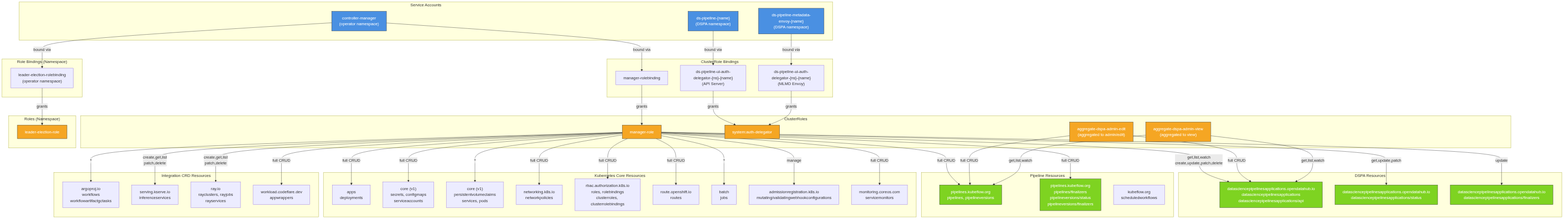
The Mermaid diagram architecture/rhoai-3.4-ea.2/diagrams/data-science-pipelines-operator-rbac.png in rhuss/architecture-context, before a commit. Its source is kept beside it as architecture/rhoai-3.4-ea.2/diagrams/data-science-pipelines-operator-rbac.mmd. Its diagram source:
```mermaid

graph TD
    subgraph ServiceAccounts["Service Accounts"]
        SA_CM["controller-manager<br/>(operator namespace)"]
        SA_DSP["ds-pipeline-{name}<br/>(DSPA namespace)"]
        SA_Envoy["ds-pipeline-metadata-envoy-{name}<br/>(DSPA namespace)"]
    end

    subgraph ClusterRoleBindings["ClusterRole Bindings"]
        CRB_MGR["manager-rolebinding"]
        CRB_AUTH1["ds-pipeline-ui-auth-delegator-{ns}-{name}<br/>(API Server)"]
        CRB_AUTH2["ds-pipeline-ui-auth-delegator-{ns}-{name}<br/>(MLMD Envoy)"]
    end

    subgraph RoleBindings["Role Bindings (Namespace)"]
        RB_LEADER["leader-election-rolebinding<br/>(operator namespace)"]
    end

    subgraph ClusterRoles["ClusterRoles"]
        CR_MGR["manager-role"]
        CR_AUTH["system:auth-delegator"]
        CR_EDIT["aggregate-dspa-admin-edit<br/>(aggregated to admin/edit)"]
        CR_VIEW["aggregate-dspa-admin-view<br/>(aggregated to view)"]
    end

    subgraph Roles["Roles (Namespace)"]
        R_LEADER["leader-election-role"]
    end

    subgraph DSPAResources["DSPA Resources"]
        DSPA["datasciencepipelinesapplications.opendatahub.io<br/>datasciencepipelinesapplications<br/>datasciencepipelinesapplications/api"]
        DSPA_STATUS["datasciencepipelinesapplications.opendatahub.io<br/>datasciencepipelinesapplications/status"]
        DSPA_FIN["datasciencepipelinesapplications.opendatahub.io<br/>datasciencepipelinesapplications/finalizers"]
    end

    subgraph PipelineResources["Pipeline Resources"]
        KFP["pipelines.kubeflow.org<br/>pipelines, pipelineversions"]
        KFP_FIN["pipelines.kubeflow.org<br/>pipelines/finalizers<br/>pipelineversions/status<br/>pipelineversions/finalizers"]
        SCHED["kubeflow.org<br/>scheduledworkflows"]
    end

    subgraph K8sResources["Kubernetes Core Resources"]
        Apps["apps<br/>deployments"]
        Core["core (v1)<br/>secrets, configmaps<br/>serviceaccounts"]
        CoreAll["core (v1)<br/>persistentvolumeclaims<br/>services, pods"]
        NetPol["networking.k8s.io<br/>networkpolicies"]
        RBAC_Res["rbac.authorization.k8s.io<br/>roles, rolebindings<br/>clusterroles, clusterrolebindings"]
        Routes["route.openshift.io<br/>routes"]
        Batch["batch<br/>jobs"]
        Webhooks["admissionregistration.k8s.io<br/>mutating/validatingwebhookconfigurations"]
        SvcMon["monitoring.coreos.com<br/>servicemonitors"]
    end

    subgraph IntegrationResources["Integration CRD Resources"]
        Argo["argoproj.io<br/>workflows<br/>workflowartifactgctasks"]
        KServe["serving.kserve.io<br/>inferenceservices"]
        RayRes["ray.io<br/>rayclusters, rayjobs<br/>rayservices"]
        AppWrap["workload.codeflare.dev<br/>appwrappers"]
    end

    SA_CM -->|"bound via"| CRB_MGR
    SA_CM -->|"bound via"| RB_LEADER
    SA_DSP -->|"bound via"| CRB_AUTH1
    SA_Envoy -->|"bound via"| CRB_AUTH2

    CRB_MGR -->|"grants"| CR_MGR
    CRB_AUTH1 -->|"grants"| CR_AUTH
    CRB_AUTH2 -->|"grants"| CR_AUTH
    RB_LEADER -->|"grants"| R_LEADER

    CR_MGR -->|"get,list,watch<br/>create,update,patch,delete"| DSPA
    CR_MGR -->|"get,update,patch"| DSPA_STATUS
    CR_MGR -->|"update"| DSPA_FIN
    CR_MGR -->|"full CRUD"| Apps
    CR_MGR -->|"full CRUD"| Core
    CR_MGR -->|"*"| CoreAll
    CR_MGR -->|"full CRUD"| Routes
    CR_MGR -->|"full CRUD"| NetPol
    CR_MGR -->|"full CRUD"| RBAC_Res
    CR_MGR -->|"*"| Argo
    CR_MGR -->|"*"| Batch
    CR_MGR -->|"full CRUD"| KFP
    CR_MGR -->|"full CRUD"| KFP_FIN
    CR_MGR -->|"create,get,list<br/>patch,delete"| KServe
    CR_MGR -->|"create,get,list<br/>patch,delete"| RayRes
    CR_MGR -->|"full CRUD"| SvcMon
    CR_MGR -->|"manage"| Webhooks
    CR_MGR -->|"full CRUD"| AppWrap

    CR_EDIT -->|"full CRUD"| DSPA
    CR_EDIT -->|"full CRUD"| KFP
    CR_VIEW -->|"get,list,watch"| DSPA
    CR_VIEW -->|"get,list,watch"| KFP

    style SA_CM fill:#4a90e2,stroke:#333,color:#fff
    style SA_DSP fill:#4a90e2,stroke:#333,color:#fff
    style SA_Envoy fill:#4a90e2,stroke:#333,color:#fff
    style CR_MGR fill:#f5a623,stroke:#333,color:#fff
    style CR_AUTH fill:#f5a623,stroke:#333,color:#fff
    style CR_EDIT fill:#f5a623,stroke:#333,color:#fff
    style CR_VIEW fill:#f5a623,stroke:#333,color:#fff
    style R_LEADER fill:#f5a623,stroke:#333,color:#fff
    style DSPA fill:#7ed321,stroke:#333,color:#fff
    style DSPA_STATUS fill:#7ed321,stroke:#333,color:#fff
    style DSPA_FIN fill:#7ed321,stroke:#333,color:#fff
    style KFP fill:#7ed321,stroke:#333,color:#fff
    style KFP_FIN fill:#7ed321,stroke:#333,color:#fff
```
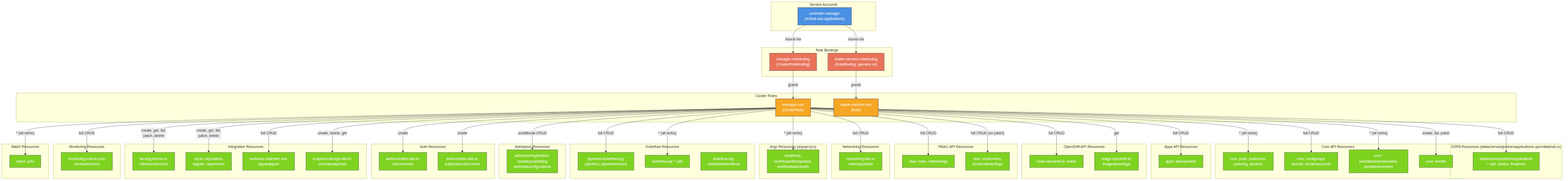
Above is the later version.

Diff of the diagram source:
```diff
@@ -1,107 +1,137 @@
 
 graph TD
     subgraph ServiceAccounts["Service Accounts"]
-        SA_CM["controller-manager<br/>(operator namespace)"]
-        SA_DSP["ds-pipeline-{name}<br/>(DSPA namespace)"]
-        SA_Envoy["ds-pipeline-metadata-envoy-{name}<br/>(DSPA namespace)"]
+        SA["controller-manager<br/>(redhat-ods-applications)"]
     end
 
-    subgraph ClusterRoleBindings["ClusterRole Bindings"]
-        CRB_MGR["manager-rolebinding"]
-        CRB_AUTH1["ds-pipeline-ui-auth-delegator-{ns}-{name}<br/>(API Server)"]
-        CRB_AUTH2["ds-pipeline-ui-auth-delegator-{ns}-{name}<br/>(MLMD Envoy)"]
+    subgraph Bindings["Role Bindings"]
+        CRB["manager-rolebinding<br/>(ClusterRoleBinding)"]
+        RB["leader-election-rolebinding<br/>(RoleBinding, operator ns)"]
     end
 
-    subgraph RoleBindings["Role Bindings (Namespace)"]
-        RB_LEADER["leader-election-rolebinding<br/>(operator namespace)"]
+    subgraph ClusterRoles["Cluster Roles"]
+        CR["manager-role<br/>(ClusterRole)"]
+        LER["leader-election-role<br/>(Role)"]
     end
 
-    subgraph ClusterRoles["ClusterRoles"]
-        CR_MGR["manager-role"]
-        CR_AUTH["system:auth-delegator"]
-        CR_EDIT["aggregate-dspa-admin-edit<br/>(aggregated to admin/edit)"]
-        CR_VIEW["aggregate-dspa-admin-view<br/>(aggregated to view)"]
+    subgraph DSPAResources["DSPA Resources (datasciencepipelinesapplications.opendatahub.io)"]
+        DSPA["datasciencepipelinesapplications<br/>+ /api, /status, /finalizers"]
     end
 
-    subgraph Roles["Roles (Namespace)"]
-        R_LEADER["leader-election-role"]
+    subgraph CoreResources["Core API Resources"]
+        Pods["core: pods, pods/exec,<br/>pods/log, services"]
+        ConfigSecrets["core: configmaps,<br/>secrets, serviceaccounts"]
+        PVCs["core: persistentvolumeclaims,<br/>persistentvolumes"]
+        Events["core: events"]
     end
 
-    subgraph DSPAResources["DSPA Resources"]
-        DSPA["datasciencepipelinesapplications.opendatahub.io<br/>datasciencepipelinesapplications<br/>datasciencepipelinesapplications/api"]
-        DSPA_STATUS["datasciencepipelinesapplications.opendatahub.io<br/>datasciencepipelinesapplications/status"]
-        DSPA_FIN["datasciencepipelinesapplications.opendatahub.io<br/>datasciencepipelinesapplications/finalizers"]
+    subgraph AppsResources["Apps API Resources"]
+        Deployments["apps: deployments"]
     end
 
-    subgraph PipelineResources["Pipeline Resources"]
-        KFP["pipelines.kubeflow.org<br/>pipelines, pipelineversions"]
-        KFP_FIN["pipelines.kubeflow.org<br/>pipelines/finalizers<br/>pipelineversions/status<br/>pipelineversions/finalizers"]
-        SCHED["kubeflow.org<br/>scheduledworkflows"]
+    subgraph OpenShiftResources["OpenShift API Resources"]
+        Routes["route.openshift.io: routes"]
+        ImageStreams["image.openshift.io:<br/>imagestreamtags"]
     end
 
-    subgraph K8sResources["Kubernetes Core Resources"]
-        Apps["apps<br/>deployments"]
-        Core["core (v1)<br/>secrets, configmaps<br/>serviceaccounts"]
-        CoreAll["core (v1)<br/>persistentvolumeclaims<br/>services, pods"]
-        NetPol["networking.k8s.io<br/>networkpolicies"]
-        RBAC_Res["rbac.authorization.k8s.io<br/>roles, rolebindings<br/>clusterroles, clusterrolebindings"]
-        Routes["route.openshift.io<br/>routes"]
-        Batch["batch<br/>jobs"]
-        Webhooks["admissionregistration.k8s.io<br/>mutating/validatingwebhookconfigurations"]
-        SvcMon["monitoring.coreos.com<br/>servicemonitors"]
+    subgraph RBACResources["RBAC API Resources"]
+        RolesRes["rbac: roles, rolebindings"]
+        ClusterRolesRes["rbac: clusterroles,<br/>clusterrolebindings"]
     end
 
-    subgraph IntegrationResources["Integration CRD Resources"]
-        Argo["argoproj.io<br/>workflows<br/>workflowartifactgctasks"]
-        KServe["serving.kserve.io<br/>inferenceservices"]
-        RayRes["ray.io<br/>rayclusters, rayjobs<br/>rayservices"]
-        AppWrap["workload.codeflare.dev<br/>appwrappers"]
+    subgraph NetworkResources["Networking Resources"]
+        NetPol["networking.k8s.io:<br/>networkpolicies"]
     end
 
-    SA_CM -->|"bound via"| CRB_MGR
-    SA_CM -->|"bound via"| RB_LEADER
-    SA_DSP -->|"bound via"| CRB_AUTH1
-    SA_Envoy -->|"bound via"| CRB_AUTH2
+    subgraph ArgoResources["Argo Resources (argoproj.io)"]
+        Workflows["workflows,<br/>workflowartifactgctasks,<br/>workflowtaskresults"]
+    end
 
-    CRB_MGR -->|"grants"| CR_MGR
-    CRB_AUTH1 -->|"grants"| CR_AUTH
-    CRB_AUTH2 -->|"grants"| CR_AUTH
-    RB_LEADER -->|"grants"| R_LEADER
+    subgraph KubeflowResources["Kubeflow Resources"]
+        Pipelines["pipelines.kubeflow.org:<br/>pipelines, pipelineversions"]
+        KFAll["kubeflow.org: * (all)"]
+        SchedWF["kubeflow.org:<br/>scheduledworkflows"]
+    end
 
-    CR_MGR -->|"get,list,watch<br/>create,update,patch,delete"| DSPA
-    CR_MGR -->|"get,update,patch"| DSPA_STATUS
-    CR_MGR -->|"update"| DSPA_FIN
-    CR_MGR -->|"full CRUD"| Apps
-    CR_MGR -->|"full CRUD"| Core
-    CR_MGR -->|"*"| CoreAll
-    CR_MGR -->|"full CRUD"| Routes
-    CR_MGR -->|"full CRUD"| NetPol
-    CR_MGR -->|"full CRUD"| RBAC_Res
-    CR_MGR -->|"*"| Argo
-    CR_MGR -->|"*"| Batch
-    CR_MGR -->|"full CRUD"| KFP
-    CR_MGR -->|"full CRUD"| KFP_FIN
-    CR_MGR -->|"create,get,list<br/>patch,delete"| KServe
-    CR_MGR -->|"create,get,list<br/>patch,delete"| RayRes
-    CR_MGR -->|"full CRUD"| SvcMon
-    CR_MGR -->|"manage"| Webhooks
-    CR_MGR -->|"full CRUD"| AppWrap
+    subgraph WebhookResources["Admission Resources"]
+        WebhookCfg["admissionregistration:<br/>mutating/validating<br/>webhookconfigurations"]
+    end
 
-    CR_EDIT -->|"full CRUD"| DSPA
-    CR_EDIT -->|"full CRUD"| KFP
-    CR_VIEW -->|"get,list,watch"| DSPA
-    CR_VIEW -->|"get,list,watch"| KFP
+    subgraph AuthResources["Auth Resources"]
+        TokenReview["authentication.k8s.io:<br/>tokenreviews"]
+        SAR["authorization.k8s.io:<br/>subjectaccessreviews"]
+    end
 
-    style SA_CM fill:#4a90e2,stroke:#333,color:#fff
-    style SA_DSP fill:#4a90e2,stroke:#333,color:#fff
-    style SA_Envoy fill:#4a90e2,stroke:#333,color:#fff
-    style CR_MGR fill:#f5a623,stroke:#333,color:#fff
-    style CR_AUTH fill:#f5a623,stroke:#333,color:#fff
-    style CR_EDIT fill:#f5a623,stroke:#333,color:#fff
-    style CR_VIEW fill:#f5a623,stroke:#333,color:#fff
-    style R_LEADER fill:#f5a623,stroke:#333,color:#fff
+    subgraph IntegrationResources["Integration Resources"]
+        InferSvc["serving.kserve.io:<br/>inferenceservices"]
+        RayRes["ray.io: rayclusters,<br/>rayjobs, rayservices"]
+        AppWrappers["workload.codeflare.dev:<br/>appwrappers"]
+        VolSnap["snapshot.storage.k8s.io:<br/>volumesnapshots"]
+    end
+
+    subgraph MonitoringResources["Monitoring Resources"]
+        ServiceMon["monitoring.coreos.com:<br/>servicemonitors"]
+    end
+
+    subgraph BatchResources["Batch Resources"]
+        Jobs["batch: jobs"]
+    end
+
+    SA -->|"bound via"| CRB
+    SA -->|"bound via"| RB
+    CRB -->|"grants"| CR
+    RB -->|"grants"| LER
+
+    CR -->|"full CRUD"| DSPA
+    CR -->|"* (all verbs)"| Pods
+    CR -->|"full CRUD"| ConfigSecrets
+    CR -->|"* (all verbs)"| PVCs
+    CR -->|"create, list, patch"| Events
+    CR -->|"full CRUD"| Deployments
+    CR -->|"full CRUD"| Routes
+    CR -->|"get"| ImageStreams
+    CR -->|"full CRUD"| RolesRes
+    CR -->|"full CRUD (no patch)"| ClusterRolesRes
+    CR -->|"full CRUD"| NetPol
+    CR -->|"* (all verbs)"| Workflows
+    CR -->|"full CRUD"| Pipelines
+    CR -->|"* (all verbs)"| KFAll
+    CR -->|"conditional CRUD"| WebhookCfg
+    CR -->|"create"| TokenReview
+    CR -->|"create"| SAR
+    CR -->|"create, get, list,<br/>patch, delete"| InferSvc
+    CR -->|"create, get, list,<br/>patch, delete"| RayRes
+    CR -->|"full CRUD"| AppWrappers
+    CR -->|"create, delete, get"| VolSnap
+    CR -->|"full CRUD"| ServiceMon
+    CR -->|"* (all verbs)"| Jobs
+
+    style SA fill:#4a90e2,stroke:#333,color:#fff
+    style CRB fill:#e8735a,stroke:#333,color:#fff
+    style RB fill:#e8735a,stroke:#333,color:#fff
+    style CR fill:#f5a623,stroke:#333,color:#fff
+    style LER fill:#f5a623,stroke:#333,color:#fff
     style DSPA fill:#7ed321,stroke:#333,color:#fff
-    style DSPA_STATUS fill:#7ed321,stroke:#333,color:#fff
-    style DSPA_FIN fill:#7ed321,stroke:#333,color:#fff
-    style KFP fill:#7ed321,stroke:#333,color:#fff
-    style KFP_FIN fill:#7ed321,stroke:#333,color:#fff
+    style Pods fill:#7ed321,stroke:#333,color:#fff
+    style ConfigSecrets fill:#7ed321,stroke:#333,color:#fff
+    style PVCs fill:#7ed321,stroke:#333,color:#fff
+    style Events fill:#7ed321,stroke:#333,color:#fff
+    style Deployments fill:#7ed321,stroke:#333,color:#fff
+    style Routes fill:#7ed321,stroke:#333,color:#fff
+    style ImageStreams fill:#7ed321,stroke:#333,color:#fff
+    style RolesRes fill:#7ed321,stroke:#333,color:#fff
+    style ClusterRolesRes fill:#7ed321,stroke:#333,color:#fff
+    style NetPol fill:#7ed321,stroke:#333,color:#fff
+    style Workflows fill:#7ed321,stroke:#333,color:#fff
+    style Pipelines fill:#7ed321,stroke:#333,color:#fff
+    style KFAll fill:#7ed321,stroke:#333,color:#fff
+    style SchedWF fill:#7ed321,stroke:#333,color:#fff
+    style WebhookCfg fill:#7ed321,stroke:#333,color:#fff
+    style TokenReview fill:#7ed321,stroke:#333,color:#fff
+    style SAR fill:#7ed321,stroke:#333,color:#fff
+    style InferSvc fill:#7ed321,stroke:#333,color:#fff
+    style RayRes fill:#7ed321,stroke:#333,color:#fff
+    style AppWrappers fill:#7ed321,stroke:#333,color:#fff
+    style VolSnap fill:#7ed321,stroke:#333,color:#fff
+    style ServiceMon fill:#7ed321,stroke:#333,color:#fff
+    style Jobs fill:#7ed321,stroke:#333,color:#fff
```
